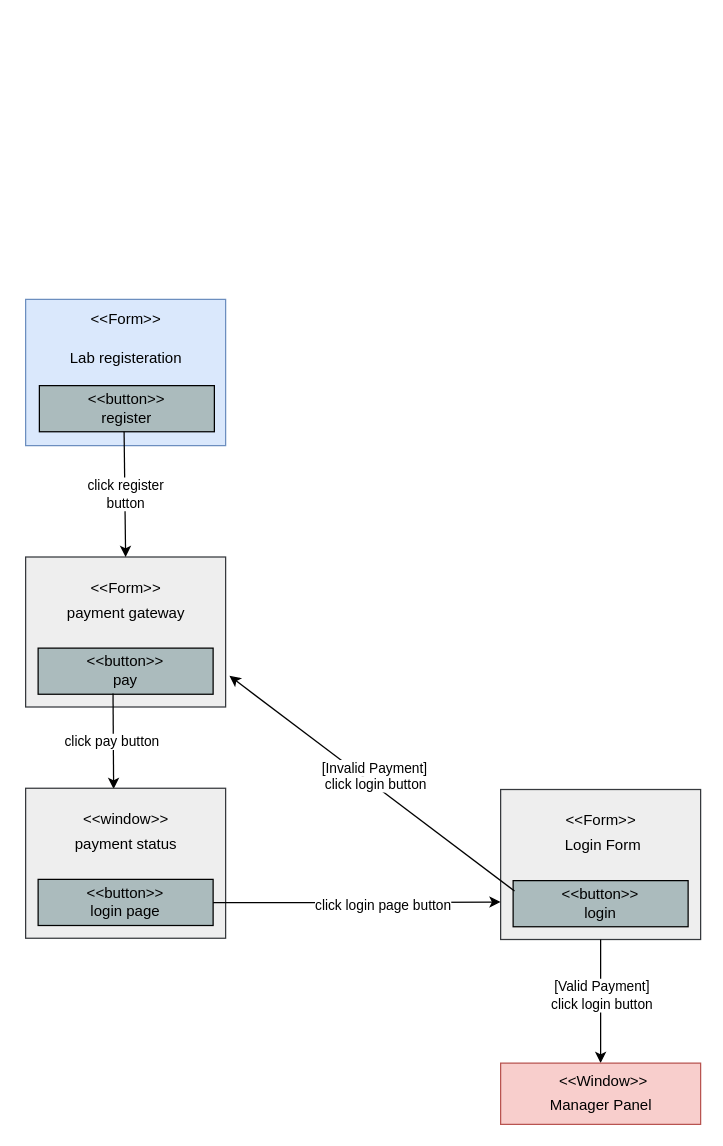
ArashSameni/SoftwareEngineering keeps this draw.io diagram as page "LabRegistration" (3 of 6) of WindowsNavigationDiagram.drawio. Above is the earlier version. Source tidied: cells renumbered, new cells numbered last; positions are measured from the earlier drawing's top-left corner, leaving out a move shared by most shapes. Both pictures are drawn from the tidied source at 125%, with x=0, y=0 at pixel (25, 299).
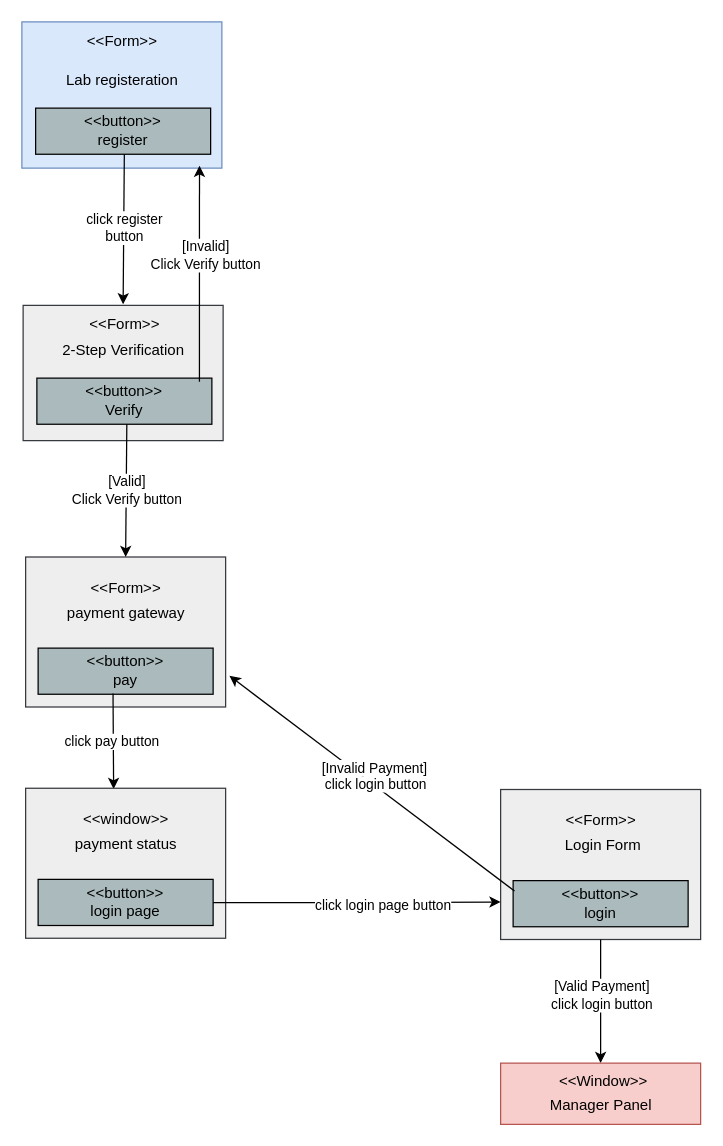
After the change.

Unchanged cells that the change refers to:
```xml
<mxCell id="3" style="group;imageAlign=center;fillColor=#eeeeee;strokeColor=#36393d;imageVerticalAlign=top;fixDash=1;" parent="2" vertex="1">
  <mxGeometry width="160" height="120" as="geometry" />
</mxCell>
```

What changed in the source:
```diff
@@
     <mxCell id="7" style="group;imageAlign=center;fillColor=#dae8fc;strokeColor=#6c8ebf;imageVerticalAlign=top;fixDash=1;" parent="1" vertex="1">
-      <mxGeometry width="160" height="117" as="geometry" />
+      <mxGeometry x="-3" y="-222" width="160" height="117" as="geometry" />
     </mxCell>
     <mxCell id="8" value="Lab registeration" style="text;html=1;align=center;verticalAlign=middle;strokeColor=none;fillColor=none;imageAspect=0;imageVerticalAlign=top;fixDash=0;" parent="1" vertex="1">
-      <mxGeometry x="40" y="32" width="80" height="30" as="geometry" />
+      <mxGeometry x="37" y="-190" width="80" height="30" as="geometry" />
     </mxCell>
     <mxCell id="9" value="&amp;lt;&amp;lt;Form&amp;gt;&amp;gt;" style="text;html=1;align=center;verticalAlign=middle;strokeColor=none;fillColor=none;imageAlign=center;" parent="1" vertex="1">
-      <mxGeometry x="40" y="1" width="80" height="30" as="geometry" />
+      <mxGeometry x="37" y="-221" width="80" height="30" as="geometry" />
     </mxCell>
-    <mxCell id="10" style="endArrow=classic;html=1;rounded=0;entryX=0.5;entryY=0;entryDx=0;entryDy=0;exitX=0.484;exitY=0.974;exitDx=0;exitDy=0;exitPerimeter=0;" parent="1" edge="1" source="31" target="3">
+    <mxCell id="10" style="endArrow=classic;html=1;rounded=0;exitX=0.507;exitY=0.948;exitDx=0;exitDy=0;exitPerimeter=0;entryX=0.5;entryY=0;entryDx=0;entryDy=0;" parent="1" edge="1" source="31" target="36">
       <mxGeometry relative="1" as="geometry" />
     </mxCell>
@@
     <mxCell id="31" value="&amp;lt;&amp;lt;button&amp;gt;&amp;gt;&lt;br&gt;register" style="text;align=center;verticalAlign=middle;spacingLeft=4;spacingRight=4;overflow=hidden;points=[[0,0.5],[1,0.5]];portConstraint=eastwest;html=1;labelBackgroundColor=none;whiteSpace=wrap;labelBorderColor=none;strokeColor=#000000;fillColor=#ABBBBD;" parent="1" vertex="1">
-      <mxGeometry x="11" y="69" width="140" height="36.9" as="geometry" />
+      <mxGeometry x="8" y="-153" width="140" height="36.9" as="geometry" />
     </mxCell>
@@
+    <mxCell id="36" style="group;" parent="1" vertex="1">
+      <mxGeometry x="-2" y="4" width="160" height="109" as="geometry" />
+    </mxCell>
+    <mxCell id="37" style="group;imageAlign=center;fillColor=#eeeeee;strokeColor=#36393d;imageVerticalAlign=top;fixDash=1;" parent="36" vertex="1">
+      <mxGeometry y="0.8" width="160" height="108.2" as="geometry" />
+    </mxCell>
+    <mxCell id="38" value="&amp;lt;&amp;lt;Form&amp;gt;&amp;gt;" style="text;html=1;align=center;verticalAlign=middle;strokeColor=none;fillColor=none;imageAlign=center;" parent="36" vertex="1">
+      <mxGeometry x="44" y="5.6" width="74" height="20.8" as="geometry" />
+    </mxCell>
+    <mxCell id="39" value="2-Step Verification" style="text;html=1;align=center;verticalAlign=middle;strokeColor=none;fillColor=none;imageAspect=0;imageVerticalAlign=top;fixDash=0;" parent="36" vertex="1">
+      <mxGeometry x="40" y="25.4" width="80" height="24" as="geometry" />
+    </mxCell>
+    <mxCell id="40" value="&amp;lt;&amp;lt;button&amp;gt;&amp;gt;&lt;br style=&quot;border-color: var(--border-color);&quot;&gt;Verify" style="text;align=center;verticalAlign=middle;spacingLeft=4;spacingRight=4;overflow=hidden;points=[[0,0.5],[1,0.5]];portConstraint=eastwest;html=1;labelBackgroundColor=none;whiteSpace=wrap;labelBorderColor=none;strokeColor=#000000;fillColor=#ABBBBD;" parent="36" vertex="1">
+      <mxGeometry x="11" y="59" width="140" height="36.9" as="geometry" />
+    </mxCell>
+    <mxCell id="41" style="endArrow=classic;html=1;rounded=0;exitX=0.514;exitY=1.002;exitDx=0;exitDy=0;entryX=0.5;entryY=0;entryDx=0;entryDy=0;exitPerimeter=0;" parent="1" edge="1" source="40" target="3">
+      <mxGeometry relative="1" as="geometry" />
+    </mxCell>
+    <mxCell id="42" value="[Valid]&lt;br&gt;Click Verify button" style="edgeLabel;html=1;align=center;verticalAlign=middle;" parent="41" vertex="1">
+      <mxGeometry relative="1" as="geometry" />
+    </mxCell>
+    <mxCell id="43" style="endArrow=classic;html=1;rounded=0;entryX=0.888;entryY=0.983;entryDx=0;entryDy=0;exitX=0.929;exitY=0.081;exitDx=0;exitDy=0;exitPerimeter=0;entryPerimeter=0;" parent="1" edge="1" source="40" target="7">
+      <mxGeometry relative="1" as="geometry" />
+    </mxCell>
+    <mxCell id="44" value="[Invalid]&lt;br&gt;Click Verify button" style="edgeLabel;html=1;align=center;verticalAlign=middle;" parent="43" vertex="1">
+      <mxGeometry relative="1" as="geometry">
+        <mxPoint x="4" y="-15" as="offset" />
+      </mxGeometry>
+    </mxCell>
```
